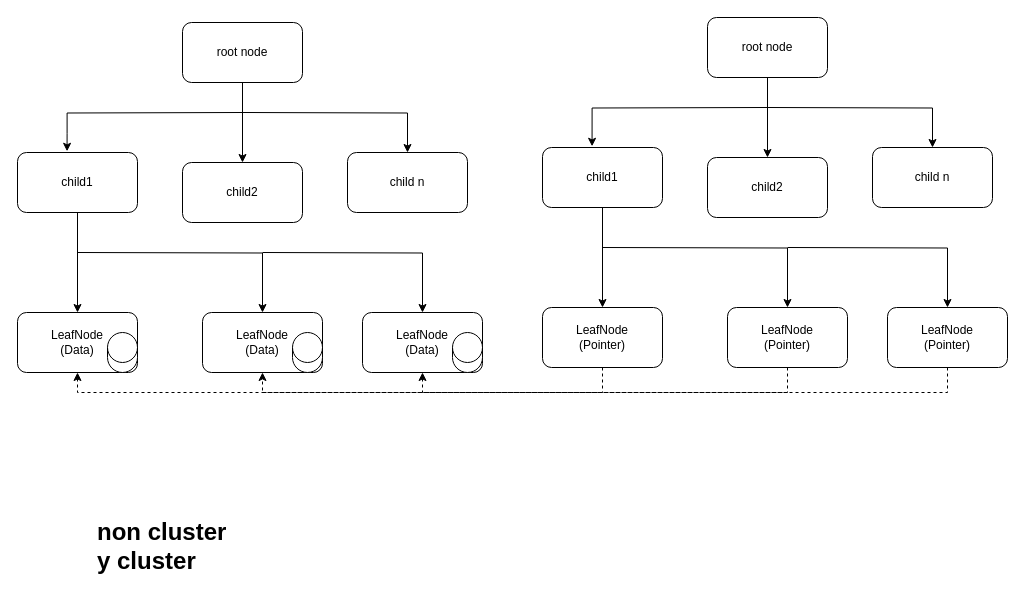
The draw.io diagram page "Página-4" (4 of 4) of apuntes10-10-23.drawio in KevinCordoba/RepositorioDiagramasBasesI2022, before the edit. Source tidied: cells renumbered, new cells numbered last; positions are measured from the earlier drawing's top-left corner, leaving out a move shared by most shapes. Both pictures are drawn from the tidied source at 100%, with x=0, y=0 at pixel (17, 17).
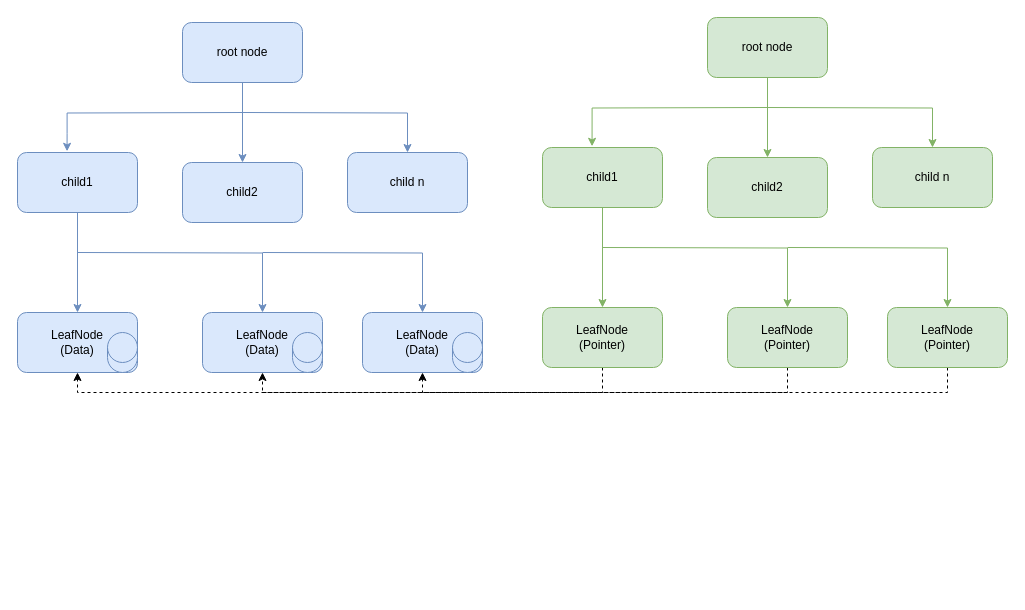
The same page after the edit.

Change to the diagram source:
```diff
@@
-    <mxCell id="2" style="edgeStyle=orthogonalEdgeStyle;rounded=0;jettySize=auto;html=1;entryX=0.5;entryY=0;entryDx=0;entryDy=0;" parent="1" edge="1" target="9">
+    <mxCell id="2" style="edgeStyle=orthogonalEdgeStyle;rounded=0;jettySize=auto;html=1;entryX=0.5;entryY=0;entryDx=0;entryDy=0;fillColor=#dae8fc;strokeColor=#6c8ebf;" parent="1" edge="1" target="9">
       <mxGeometry relative="1" as="geometry">
         <mxPoint x="225" y="95" as="sourcePoint" />
       </mxGeometry>
     </mxCell>
-    <mxCell id="3" value="root node" style="rounded=1;whiteSpace=wrap;html=1;" parent="1" vertex="1">
+    <mxCell id="3" value="root node" style="rounded=1;whiteSpace=wrap;html=1;fillColor=#dae8fc;strokeColor=#6c8ebf;" parent="1" vertex="1">
       <mxGeometry x="165" y="5" width="120" height="60" as="geometry" />
     </mxCell>
-    <mxCell id="4" style="edgeStyle=orthogonalEdgeStyle;rounded=0;jettySize=auto;html=1;entryX=0.5;entryY=0;entryDx=0;entryDy=0;" parent="1" edge="1" source="7" target="12">
+    <mxCell id="4" style="edgeStyle=orthogonalEdgeStyle;rounded=0;jettySize=auto;html=1;entryX=0.5;entryY=0;entryDx=0;entryDy=0;fillColor=#dae8fc;strokeColor=#6c8ebf;" parent="1" edge="1" source="7" target="12">
       <mxGeometry relative="1" as="geometry" />
     </mxCell>
-    <mxCell id="5" style="edgeStyle=orthogonalEdgeStyle;rounded=0;jettySize=auto;html=1;entryX=0.5;entryY=0;entryDx=0;entryDy=0;" parent="1" edge="1" target="13">
+    <mxCell id="5" style="edgeStyle=orthogonalEdgeStyle;rounded=0;jettySize=auto;html=1;entryX=0.5;entryY=0;entryDx=0;entryDy=0;fillColor=#dae8fc;strokeColor=#6c8ebf;" parent="1" edge="1" target="13">
       <mxGeometry relative="1" as="geometry">
         <mxPoint x="60" y="235" as="sourcePoint" />
       </mxGeometry>
     </mxCell>
-    <mxCell id="6" style="edgeStyle=orthogonalEdgeStyle;rounded=0;jettySize=auto;html=1;entryX=0.5;entryY=0;entryDx=0;entryDy=0;" parent="1" edge="1" target="14">
+    <mxCell id="6" style="edgeStyle=orthogonalEdgeStyle;rounded=0;jettySize=auto;html=1;entryX=0.5;entryY=0;entryDx=0;entryDy=0;fillColor=#dae8fc;strokeColor=#6c8ebf;" parent="1" edge="1" target="14">
       <mxGeometry relative="1" as="geometry">
         <mxPoint x="245" y="235" as="sourcePoint" />
       </mxGeometry>
     </mxCell>
-    <mxCell id="7" value="child1" style="rounded=1;whiteSpace=wrap;html=1;" parent="1" vertex="1">
+    <mxCell id="7" value="child1" style="rounded=1;whiteSpace=wrap;html=1;fillColor=#dae8fc;strokeColor=#6c8ebf;" parent="1" vertex="1">
       <mxGeometry y="135" width="120" height="60" as="geometry" />
     </mxCell>
-    <mxCell id="8" value="child2" style="rounded=1;whiteSpace=wrap;html=1;" parent="1" vertex="1">
+    <mxCell id="8" value="child2" style="rounded=1;whiteSpace=wrap;html=1;fillColor=#dae8fc;strokeColor=#6c8ebf;" parent="1" vertex="1">
       <mxGeometry x="165" y="145" width="120" height="60" as="geometry" />
     </mxCell>
-    <mxCell id="9" value="child n" style="rounded=1;whiteSpace=wrap;html=1;" parent="1" vertex="1">
+    <mxCell id="9" value="child n" style="rounded=1;whiteSpace=wrap;html=1;fillColor=#dae8fc;strokeColor=#6c8ebf;" parent="1" vertex="1">
       <mxGeometry x="330" y="135" width="120" height="60" as="geometry" />
     </mxCell>
-    <mxCell id="10" style="edgeStyle=orthogonalEdgeStyle;rounded=0;jettySize=auto;html=1;entryX=0.413;entryY=-0.02;entryDx=0;entryDy=0;entryPerimeter=0;" parent="1" edge="1" target="7">
+    <mxCell id="10" style="edgeStyle=orthogonalEdgeStyle;rounded=0;jettySize=auto;html=1;entryX=0.413;entryY=-0.02;entryDx=0;entryDy=0;entryPerimeter=0;fillColor=#dae8fc;strokeColor=#6c8ebf;" parent="1" edge="1" target="7">
       <mxGeometry relative="1" as="geometry">
         <mxPoint x="225" y="95" as="sourcePoint" />
       </mxGeometry>
     </mxCell>
-    <mxCell id="11" style="edgeStyle=orthogonalEdgeStyle;rounded=0;jettySize=auto;html=1;entryX=0.5;entryY=0;entryDx=0;entryDy=0;" parent="1" edge="1" source="3" target="8">
+    <mxCell id="11" style="edgeStyle=orthogonalEdgeStyle;rounded=0;jettySize=auto;html=1;entryX=0.5;entryY=0;entryDx=0;entryDy=0;fillColor=#dae8fc;strokeColor=#6c8ebf;" parent="1" edge="1" source="3" target="8">
       <mxGeometry relative="1" as="geometry" />
     </mxCell>
-    <mxCell id="12" value="LeafNode&lt;br&gt;(Data)" style="rounded=1;whiteSpace=wrap;html=1;" parent="1" vertex="1">
+    <mxCell id="12" value="LeafNode&lt;br&gt;(Data)" style="rounded=1;whiteSpace=wrap;html=1;fillColor=#dae8fc;strokeColor=#6c8ebf;" parent="1" vertex="1">
       <mxGeometry y="295" width="120" height="60" as="geometry" />
     </mxCell>
-    <mxCell id="13" value="LeafNode&lt;br&gt;(Data)" style="rounded=1;whiteSpace=wrap;html=1;" parent="1" vertex="1">
+    <mxCell id="13" value="LeafNode&lt;br&gt;(Data)" style="rounded=1;whiteSpace=wrap;html=1;fillColor=#dae8fc;strokeColor=#6c8ebf;" parent="1" vertex="1">
       <mxGeometry x="185" y="295" width="120" height="60" as="geometry" />
     </mxCell>
-    <mxCell id="14" value="LeafNode&lt;br&gt;(Data)" style="rounded=1;whiteSpace=wrap;html=1;" parent="1" vertex="1">
+    <mxCell id="14" value="LeafNode&lt;br&gt;(Data)" style="rounded=1;whiteSpace=wrap;html=1;fillColor=#dae8fc;strokeColor=#6c8ebf;" parent="1" vertex="1">
       <mxGeometry x="345" y="295" width="120" height="60" as="geometry" />
     </mxCell>
-    <mxCell id="15" style="edgeStyle=orthogonalEdgeStyle;rounded=0;jettySize=auto;html=1;entryX=0.5;entryY=0;entryDx=0;entryDy=0;" parent="1" edge="1" target="22">
+    <mxCell id="15" style="edgeStyle=orthogonalEdgeStyle;rounded=0;jettySize=auto;html=1;entryX=0.5;entryY=0;entryDx=0;entryDy=0;fillColor=#d5e8d4;strokeColor=#82b366;" parent="1" edge="1" target="22">
       <mxGeometry relative="1" as="geometry">
         <mxPoint x="750" y="90" as="sourcePoint" />
       </mxGeometry>
     </mxCell>
-    <mxCell id="16" value="root node" style="rounded=1;whiteSpace=wrap;html=1;" parent="1" vertex="1">
+    <mxCell id="16" value="root node" style="rounded=1;whiteSpace=wrap;html=1;fillColor=#d5e8d4;strokeColor=#82b366;" parent="1" vertex="1">
       <mxGeometry x="690" width="120" height="60" as="geometry" />
     </mxCell>
-    <mxCell id="17" style="edgeStyle=orthogonalEdgeStyle;rounded=0;jettySize=auto;html=1;entryX=0.5;entryY=0;entryDx=0;entryDy=0;" parent="1" edge="1" source="20" target="26">
+    <mxCell id="17" style="edgeStyle=orthogonalEdgeStyle;rounded=0;jettySize=auto;html=1;entryX=0.5;entryY=0;entryDx=0;entryDy=0;fillColor=#d5e8d4;strokeColor=#82b366;" parent="1" edge="1" source="20" target="26">
       <mxGeometry relative="1" as="geometry" />
     </mxCell>
-    <mxCell id="18" style="edgeStyle=orthogonalEdgeStyle;rounded=0;jettySize=auto;html=1;entryX=0.5;entryY=0;entryDx=0;entryDy=0;" parent="1" edge="1" target="28">
+    <mxCell id="18" style="edgeStyle=orthogonalEdgeStyle;rounded=0;jettySize=auto;html=1;entryX=0.5;entryY=0;entryDx=0;entryDy=0;fillColor=#d5e8d4;strokeColor=#82b366;" parent="1" edge="1" target="28">
       <mxGeometry relative="1" as="geometry">
         <mxPoint x="585" y="230" as="sourcePoint" />
       </mxGeometry>
     </mxCell>
-    <mxCell id="19" style="edgeStyle=orthogonalEdgeStyle;rounded=0;jettySize=auto;html=1;entryX=0.5;entryY=0;entryDx=0;entryDy=0;" parent="1" edge="1" target="30">
+    <mxCell id="19" style="edgeStyle=orthogonalEdgeStyle;rounded=0;jettySize=auto;html=1;entryX=0.5;entryY=0;entryDx=0;entryDy=0;fillColor=#d5e8d4;strokeColor=#82b366;" parent="1" edge="1" target="30">
       <mxGeometry relative="1" as="geometry">
         <mxPoint x="770" y="230" as="sourcePoint" />
       </mxGeometry>
     </mxCell>
-    <mxCell id="20" value="child1" style="rounded=1;whiteSpace=wrap;html=1;" parent="1" vertex="1">
+    <mxCell id="20" value="child1" style="rounded=1;whiteSpace=wrap;html=1;fillColor=#d5e8d4;strokeColor=#82b366;" parent="1" vertex="1">
       <mxGeometry x="525" y="130" width="120" height="60" as="geometry" />
     </mxCell>
-    <mxCell id="21" value="child2" style="rounded=1;whiteSpace=wrap;html=1;" parent="1" vertex="1">
+    <mxCell id="21" value="child2" style="rounded=1;whiteSpace=wrap;html=1;fillColor=#d5e8d4;strokeColor=#82b366;" parent="1" vertex="1">
       <mxGeometry x="690" y="140" width="120" height="60" as="geometry" />
     </mxCell>
-    <mxCell id="22" value="child n" style="rounded=1;whiteSpace=wrap;html=1;" parent="1" vertex="1">
+    <mxCell id="22" value="child n" style="rounded=1;whiteSpace=wrap;html=1;fillColor=#d5e8d4;strokeColor=#82b366;" parent="1" vertex="1">
       <mxGeometry x="855" y="130" width="120" height="60" as="geometry" />
     </mxCell>
-    <mxCell id="23" style="edgeStyle=orthogonalEdgeStyle;rounded=0;jettySize=auto;html=1;entryX=0.413;entryY=-0.02;entryDx=0;entryDy=0;entryPerimeter=0;" parent="1" edge="1" target="20">
+    <mxCell id="23" style="edgeStyle=orthogonalEdgeStyle;rounded=0;jettySize=auto;html=1;entryX=0.413;entryY=-0.02;entryDx=0;entryDy=0;entryPerimeter=0;fillColor=#d5e8d4;strokeColor=#82b366;" parent="1" edge="1" target="20">
       <mxGeometry relative="1" as="geometry">
         <mxPoint x="750" y="90" as="sourcePoint" />
       </mxGeometry>
     </mxCell>
-    <mxCell id="24" style="edgeStyle=orthogonalEdgeStyle;rounded=0;jettySize=auto;html=1;entryX=0.5;entryY=0;entryDx=0;entryDy=0;" parent="1" edge="1" source="16" target="21">
+    <mxCell id="24" style="edgeStyle=orthogonalEdgeStyle;rounded=0;jettySize=auto;html=1;entryX=0.5;entryY=0;entryDx=0;entryDy=0;fillColor=#d5e8d4;strokeColor=#82b366;" parent="1" edge="1" source="16" target="21">
       <mxGeometry relative="1" as="geometry" />
     </mxCell>
@@
-    <mxCell id="26" value="LeafNode&lt;br&gt;(Pointer)" style="rounded=1;whiteSpace=wrap;html=1;" parent="1" vertex="1">
+    <mxCell id="26" value="LeafNode&lt;br&gt;(Pointer)" style="rounded=1;whiteSpace=wrap;html=1;fillColor=#d5e8d4;strokeColor=#82b366;" parent="1" vertex="1">
       <mxGeometry x="525" y="290" width="120" height="60" as="geometry" />
     </mxCell>
@@
-    <mxCell id="28" value="LeafNode&lt;br&gt;(Pointer)" style="rounded=1;whiteSpace=wrap;html=1;" parent="1" vertex="1">
+    <mxCell id="28" value="LeafNode&lt;br&gt;(Pointer)" style="rounded=1;whiteSpace=wrap;html=1;fillColor=#d5e8d4;strokeColor=#82b366;" parent="1" vertex="1">
       <mxGeometry x="710" y="290" width="120" height="60" as="geometry" />
     </mxCell>
@@
-    <mxCell id="30" value="LeafNode&lt;br&gt;(Pointer)" style="rounded=1;whiteSpace=wrap;html=1;" parent="1" vertex="1">
+    <mxCell id="30" value="LeafNode&lt;br&gt;(Pointer)" style="rounded=1;whiteSpace=wrap;html=1;fillColor=#d5e8d4;strokeColor=#82b366;" parent="1" vertex="1">
       <mxGeometry x="870" y="290" width="120" height="60" as="geometry" />
     </mxCell>
-    <mxCell id="31" style="shape=cylinder3;whiteSpace=wrap;html=1;boundedLbl=1;backgroundOutline=1;size=15;" parent="1" vertex="1">
+    <mxCell id="31" style="shape=cylinder3;whiteSpace=wrap;html=1;boundedLbl=1;backgroundOutline=1;size=15;fillColor=#dae8fc;strokeColor=#6c8ebf;" parent="1" vertex="1">
       <mxGeometry x="90" y="315" width="30" height="40" as="geometry" />
     </mxCell>
-    <mxCell id="32" style="shape=cylinder3;whiteSpace=wrap;html=1;boundedLbl=1;backgroundOutline=1;size=15;" parent="1" vertex="1">
+    <mxCell id="32" style="shape=cylinder3;whiteSpace=wrap;html=1;boundedLbl=1;backgroundOutline=1;size=15;fillColor=#dae8fc;strokeColor=#6c8ebf;" parent="1" vertex="1">
       <mxGeometry x="275" y="315" width="30" height="40" as="geometry" />
     </mxCell>
-    <mxCell id="33" style="shape=cylinder3;whiteSpace=wrap;html=1;boundedLbl=1;backgroundOutline=1;size=15;" parent="1" vertex="1">
+    <mxCell id="33" style="shape=cylinder3;whiteSpace=wrap;html=1;boundedLbl=1;backgroundOutline=1;size=15;fillColor=#dae8fc;strokeColor=#6c8ebf;" parent="1" vertex="1">
       <mxGeometry x="435" y="315" width="30" height="40" as="geometry" />
     </mxCell>
-    <mxCell id="34" value="&lt;h1&gt;non cluster y cluster&lt;/h1&gt;" style="text;html=1;strokeColor=none;fillColor=none;spacing=5;spacingTop=-20;whiteSpace=wrap;overflow=hidden;rounded=0;" parent="1" vertex="1">
-      <mxGeometry x="75" y="495" width="150" height="80" as="geometry" />
-    </mxCell>
```
